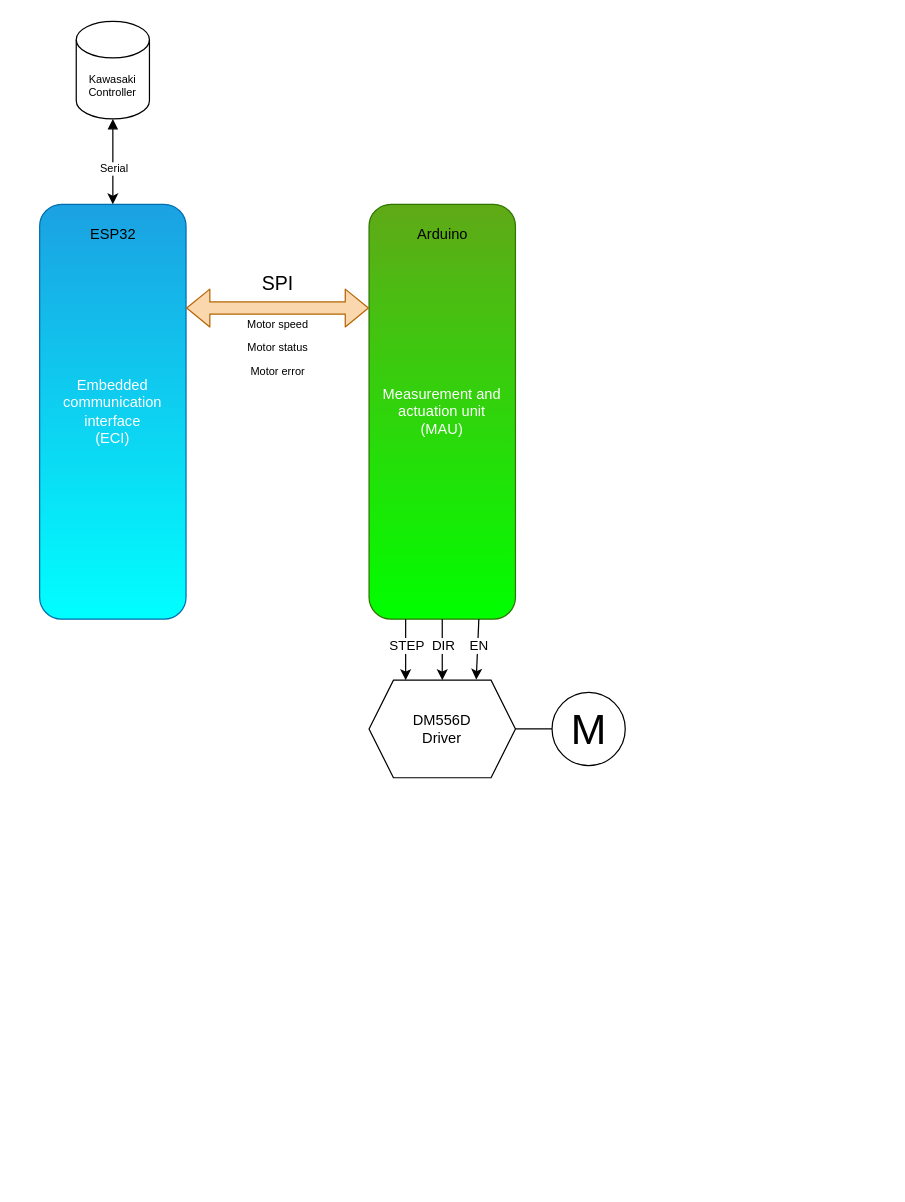
Before: hardware.drawio in lasram-engineering/eci, a draw.io diagram. Source tidied: cells renumbered, new cells numbered last; positions are measured from the earlier drawing's top-left corner, leaving out a move shared by most shapes. Both pictures are drawn from the tidied source at 122%, with x=0, y=0 at pixel (39, 21).
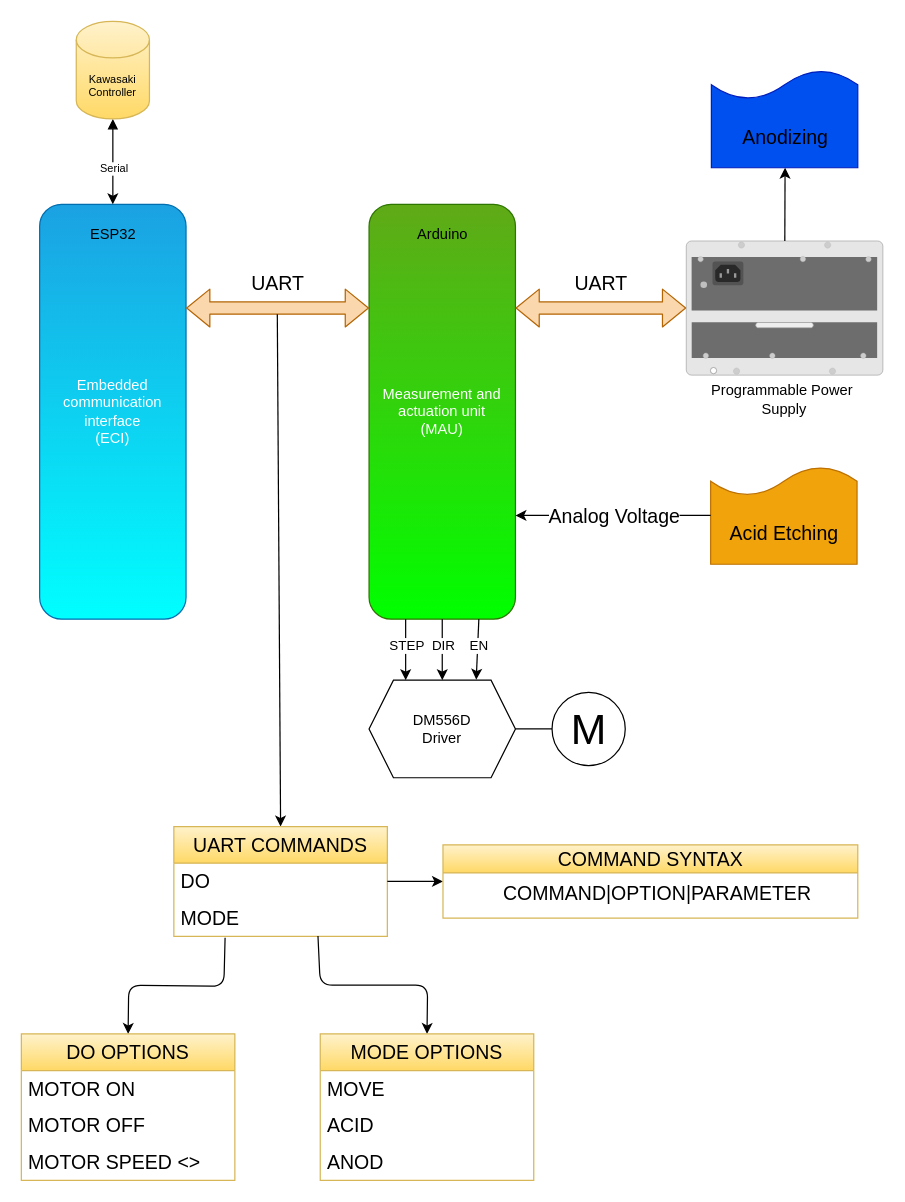
The same diagram, later.

Unchanged cells that the change refers to:
```xml
<mxCell id="3" value="Measurement and actuation unit&lt;br&gt;(MAU)" style="rounded=1;whiteSpace=wrap;html=1;fillColor=#60a917;fontColor=#ffffff;strokeColor=#2D7600;gradientColor=#00FF00;" parent="2" vertex="1">
  <mxGeometry width="120" height="340" as="geometry" />
</mxCell>
```

The edit, as a diff of the source:
```diff
@@
-    <mxCell id="20" value="Kawasaki Controller" style="shape=cylinder3;whiteSpace=wrap;html=1;boundedLbl=1;backgroundOutline=1;size=15;labelBackgroundColor=none;fontSize=9;fillColor=none;gradientColor=none;" parent="1" vertex="1">
+    <mxCell id="20" value="&lt;font color=&quot;#000000&quot;&gt;Kawasaki Controller&lt;/font&gt;" style="shape=cylinder3;whiteSpace=wrap;html=1;boundedLbl=1;backgroundOutline=1;size=15;labelBackgroundColor=none;fontSize=9;fillColor=#fff2cc;gradientColor=#ffd966;strokeColor=#d6b656;" parent="1" vertex="1">
       <mxGeometry x="30" width="60" height="80" as="geometry" />
     </mxCell>
-    <mxCell id="21" style="group;" parent="1" vertex="1">
-      <mxGeometry x="160" y="200" width="70" height="100" as="geometry" />
-    </mxCell>
+    <mxCell id="24" style="shape=flexArrow;endArrow=classic;startArrow=classic;html=1;exitX=1;exitY=0.25;exitDx=0;exitDy=0;fillColor=#fad7ac;strokeColor=#b46504;" parent="1" edge="1" source="3" target="27">
+      <mxGeometry relative="1" as="geometry" />
+    </mxCell>
+    <mxCell id="25" value="&lt;font style=&quot;font-size: 16px;&quot;&gt;UART&lt;/font&gt;" style="text;html=1;align=center;verticalAlign=middle;strokeColor=none;fillColor=none;" parent="1" vertex="1">
+      <mxGeometry x="425" y="200" width="70" height="30" as="geometry" />
+    </mxCell>
+    <mxCell id="26" style="group;" parent="1" vertex="1">
+      <mxGeometry x="530" y="180" width="161.2" height="150" as="geometry" />
+    </mxCell>
+    <mxCell id="27" style="html=1;verticalLabelPosition=bottom;verticalAlign=top;outlineConnect=0;shadow=0;dashed=0;shape=mxgraph.rack.hpe_aruba.switches.j9828a_5400r_700w_poeplus_zl2_power_supply;" parent="26" vertex="1">
+      <mxGeometry width="161.2" height="110" as="geometry" />
+    </mxCell>
+    <mxCell id="28" value="Programmable Power&amp;nbsp;&lt;br&gt;Supply" style="text;html=1;align=center;verticalAlign=middle;strokeColor=none;fillColor=none;" parent="26" vertex="1">
+      <mxGeometry x="10" y="110" width="140" height="40" as="geometry" />
+    </mxCell>
+    <mxCell id="29" style="group;" parent="1" vertex="1">
+      <mxGeometry x="550.6" y="40" width="120" height="80" as="geometry" />
+    </mxCell>
+    <mxCell id="30" style="shape=document;whiteSpace=wrap;html=1;boundedLbl=1;fontSize=16;rotation=-180;fillColor=#0050ef;fontColor=#ffffff;strokeColor=#001DBC;" parent="29" vertex="1">
+      <mxGeometry width="120" height="80" as="geometry" />
+    </mxCell>
+    <mxCell id="31" value="Anodizing" style="text;html=1;align=center;verticalAlign=middle;strokeColor=none;fillColor=none;fontSize=16;" parent="29" vertex="1">
+      <mxGeometry x="15" y="40" width="90" height="30" as="geometry" />
+    </mxCell>
+    <mxCell id="32" style="edgeStyle=none;html=1;fontSize=16;" parent="1" edge="1" source="27">
+      <mxGeometry relative="1" as="geometry">
+        <mxPoint x="611" y="120" as="targetPoint" />
+      </mxGeometry>
+    </mxCell>
+    <mxCell id="33" style="group;" parent="1" vertex="1">
+      <mxGeometry x="550" y="365" width="120" height="80" as="geometry" />
+    </mxCell>
+    <mxCell id="34" style="shape=document;whiteSpace=wrap;html=1;boundedLbl=1;fontSize=16;rotation=-180;fillColor=#f0a30a;fontColor=#000000;strokeColor=#BD7000;gradientColor=none;gradientDirection=north;" parent="33" vertex="1">
+      <mxGeometry width="120" height="80" as="geometry" />
+    </mxCell>
+    <mxCell id="35" value="Acid Etching" style="text;html=1;align=center;verticalAlign=middle;strokeColor=none;fillColor=none;fontSize=16;" parent="33" vertex="1">
+      <mxGeometry x="5" y="40" width="110" height="30" as="geometry" />
+    </mxCell>
+    <mxCell id="36" style="edgeStyle=none;html=1;exitX=1;exitY=0.5;exitDx=0;exitDy=0;entryX=1;entryY=0.75;entryDx=0;entryDy=0;fontSize=16;" parent="1" edge="1" source="34" target="3">
+      <mxGeometry relative="1" as="geometry" />
+    </mxCell>
+    <mxCell id="37" value="Analog Voltage" style="edgeLabel;html=1;align=center;verticalAlign=middle;fontSize=16;" parent="36" vertex="1">
+      <mxGeometry x="0.31" y="-2" relative="1" as="geometry">
+        <mxPoint x="25" y="2" as="offset" />
+      </mxGeometry>
+    </mxCell>
-    <mxCell id="22" value="SPI" style="text;html=1;align=center;verticalAlign=middle;strokeColor=none;fillColor=none;fontSize=16;labelBackgroundColor=none;" parent="21" vertex="1">
-      <mxGeometry x="10" width="50" height="30" as="geometry" />
+    <mxCell id="22" value="UART" style="text;html=1;align=center;verticalAlign=middle;strokeColor=none;fillColor=none;fontSize=16;labelBackgroundColor=none;" parent="1" vertex="1">
+      <mxGeometry x="160" y="200" width="70" height="30" as="geometry" />
     </mxCell>
-    <mxCell id="23" value="&lt;font style=&quot;font-size: 9px;&quot;&gt;Motor speed&lt;br&gt;Motor status&lt;br&gt;Motor error&lt;br&gt;&lt;/font&gt;" style="text;html=1;align=center;verticalAlign=middle;strokeColor=none;fillColor=none;fontSize=16;labelBackgroundColor=none;" parent="21" vertex="1">
-      <mxGeometry y="30" width="70" height="70" as="geometry" />
-    </mxCell>
+    <mxCell id="38" style="edgeStyle=none;html=1;exitX=0.5;exitY=0;exitDx=0;exitDy=0;fontSize=16;startArrow=classic;startFill=1;endArrow=none;endFill=0;" parent="1" edge="1" source="39">
+      <mxGeometry relative="1" as="geometry">
+        <mxPoint x="194.8" y="240" as="targetPoint" />
+      </mxGeometry>
+    </mxCell>
+    <mxCell id="39" value="&lt;font color=&quot;#000000&quot;&gt;UART COMMANDS&lt;/font&gt;" style="swimlane;fontStyle=0;horizontal=1;startSize=30;whiteSpace=wrap;html=1;fontSize=16;fillColor=#fff2cc;gradientColor=#ffd966;strokeColor=#d6b656;" parent="1" vertex="1">
+      <mxGeometry x="110" y="660" width="175" height="90" as="geometry" />
+    </mxCell>
+    <mxCell id="40" value="DO" style="text;strokeColor=none;fillColor=none;align=left;verticalAlign=middle;spacingLeft=4;spacingRight=4;overflow=hidden;points=[[0,0.5],[1,0.5]];portConstraint=eastwest;whiteSpace=wrap;html=1;fontSize=16;" parent="39" vertex="1">
+      <mxGeometry y="30" width="175" height="30" as="geometry" />
+    </mxCell>
+    <mxCell id="41" value="MODE" style="text;strokeColor=none;fillColor=none;align=left;verticalAlign=middle;spacingLeft=4;spacingRight=4;overflow=hidden;points=[[0,0.5],[1,0.5]];portConstraint=eastwest;whiteSpace=wrap;html=1;fontSize=16;" parent="39" vertex="1">
+      <mxGeometry y="60" width="175" height="30" as="geometry" />
+    </mxCell>
+    <mxCell id="42" style="edgeStyle=none;html=1;exitX=0.5;exitY=0;exitDx=0;exitDy=0;fontSize=16;startArrow=classic;startFill=1;endArrow=none;endFill=0;entryX=0.24;entryY=1.037;entryDx=0;entryDy=0;entryPerimeter=0;" parent="1" edge="1" source="43" target="41">
+      <mxGeometry relative="1" as="geometry">
+        <Array as="points">
+          <mxPoint x="73" y="790" />
+          <mxPoint x="151" y="791" />
+        </Array>
+      </mxGeometry>
+    </mxCell>
+    <mxCell id="43" value="&lt;font color=&quot;#000000&quot;&gt;DO OPTIONS&lt;/font&gt;" style="swimlane;fontStyle=0;horizontal=1;startSize=30;whiteSpace=wrap;html=1;fontSize=16;fillColor=#fff2cc;gradientColor=#ffd966;strokeColor=#d6b656;" parent="1" vertex="1">
+      <mxGeometry x="-15" y="830" width="175" height="120" as="geometry" />
+    </mxCell>
+    <mxCell id="44" value="MOTOR ON" style="text;strokeColor=none;fillColor=none;align=left;verticalAlign=middle;spacingLeft=4;spacingRight=4;overflow=hidden;whiteSpace=wrap;html=1;fontSize=16;" parent="43" vertex="1">
+      <mxGeometry y="30" width="175" height="30" as="geometry" />
+    </mxCell>
+    <mxCell id="45" value="MOTOR OFF" style="text;strokeColor=none;fillColor=none;align=left;verticalAlign=middle;spacingLeft=4;spacingRight=4;overflow=hidden;whiteSpace=wrap;html=1;fontSize=16;" parent="43" vertex="1">
+      <mxGeometry y="60" width="175" height="30" as="geometry" />
+    </mxCell>
+    <mxCell id="46" value="MOTOR SPEED &amp;lt;&amp;gt;" style="text;strokeColor=none;fillColor=none;align=left;verticalAlign=middle;spacingLeft=4;spacingRight=4;overflow=hidden;whiteSpace=wrap;html=1;fontSize=16;" parent="43" vertex="1">
+      <mxGeometry y="90" width="175" height="30" as="geometry" />
+    </mxCell>
+    <mxCell id="47" style="edgeStyle=none;html=1;exitX=0.5;exitY=0;exitDx=0;exitDy=0;fontSize=16;startArrow=classic;startFill=1;endArrow=none;endFill=0;entryX=0.675;entryY=0.989;entryDx=0;entryDy=0;entryPerimeter=0;" parent="1" edge="1" source="48" target="41">
+      <mxGeometry relative="1" as="geometry">
+        <Array as="points">
+          <mxPoint x="318" y="790" />
+          <mxPoint x="230" y="790" />
+        </Array>
+      </mxGeometry>
+    </mxCell>
+    <mxCell id="48" value="&lt;font color=&quot;#000000&quot;&gt;MODE OPTIONS&lt;/font&gt;" style="swimlane;fontStyle=0;horizontal=1;startSize=30;whiteSpace=wrap;html=1;fontSize=16;fillColor=#fff2cc;gradientColor=#ffd966;strokeColor=#d6b656;" parent="1" vertex="1">
+      <mxGeometry x="230" y="830" width="175" height="120" as="geometry" />
+    </mxCell>
+    <mxCell id="49" value="MOVE" style="text;strokeColor=none;fillColor=none;align=left;verticalAlign=middle;spacingLeft=4;spacingRight=4;overflow=hidden;whiteSpace=wrap;html=1;fontSize=16;" parent="48" vertex="1">
+      <mxGeometry y="30" width="175" height="30" as="geometry" />
+    </mxCell>
+    <mxCell id="50" value="ACID" style="text;strokeColor=none;fillColor=none;align=left;verticalAlign=middle;spacingLeft=4;spacingRight=4;overflow=hidden;whiteSpace=wrap;html=1;fontSize=16;" parent="48" vertex="1">
+      <mxGeometry y="60" width="175" height="30" as="geometry" />
+    </mxCell>
+    <mxCell id="51" value="ANOD" style="text;strokeColor=none;fillColor=none;align=left;verticalAlign=middle;spacingLeft=4;spacingRight=4;overflow=hidden;whiteSpace=wrap;html=1;fontSize=16;" parent="48" vertex="1">
+      <mxGeometry y="90" width="175" height="30" as="geometry" />
+    </mxCell>
+    <mxCell id="52" style="edgeStyle=none;html=1;exitX=1;exitY=0.5;exitDx=0;exitDy=0;fontSize=16;startArrow=none;startFill=0;endArrow=classic;endFill=1;entryX=0;entryY=0.5;entryDx=0;entryDy=0;" parent="1" edge="1" source="40" target="53">
+      <mxGeometry relative="1" as="geometry" />
+    </mxCell>
+    <mxCell id="53" value="&lt;span style=&quot;font-weight: normal;&quot;&gt;&lt;font color=&quot;#000000&quot;&gt;COMMAND SYNTAX&lt;/font&gt;&lt;/span&gt;" style="swimlane;whiteSpace=wrap;html=1;fontSize=16;fillColor=#fff2cc;gradientColor=#ffd966;strokeColor=#d6b656;" parent="1" vertex="1">
+      <mxGeometry x="330.6" y="675" width="340" height="60" as="geometry" />
+    </mxCell>
+    <mxCell id="54" value="COMMAND|OPTION|PARAMETER" style="text;html=1;align=center;verticalAlign=middle;strokeColor=none;fillColor=none;fontSize=16;" parent="53" vertex="1">
+      <mxGeometry x="35" y="25" width="280" height="30" as="geometry" />
+    </mxCell>
```
